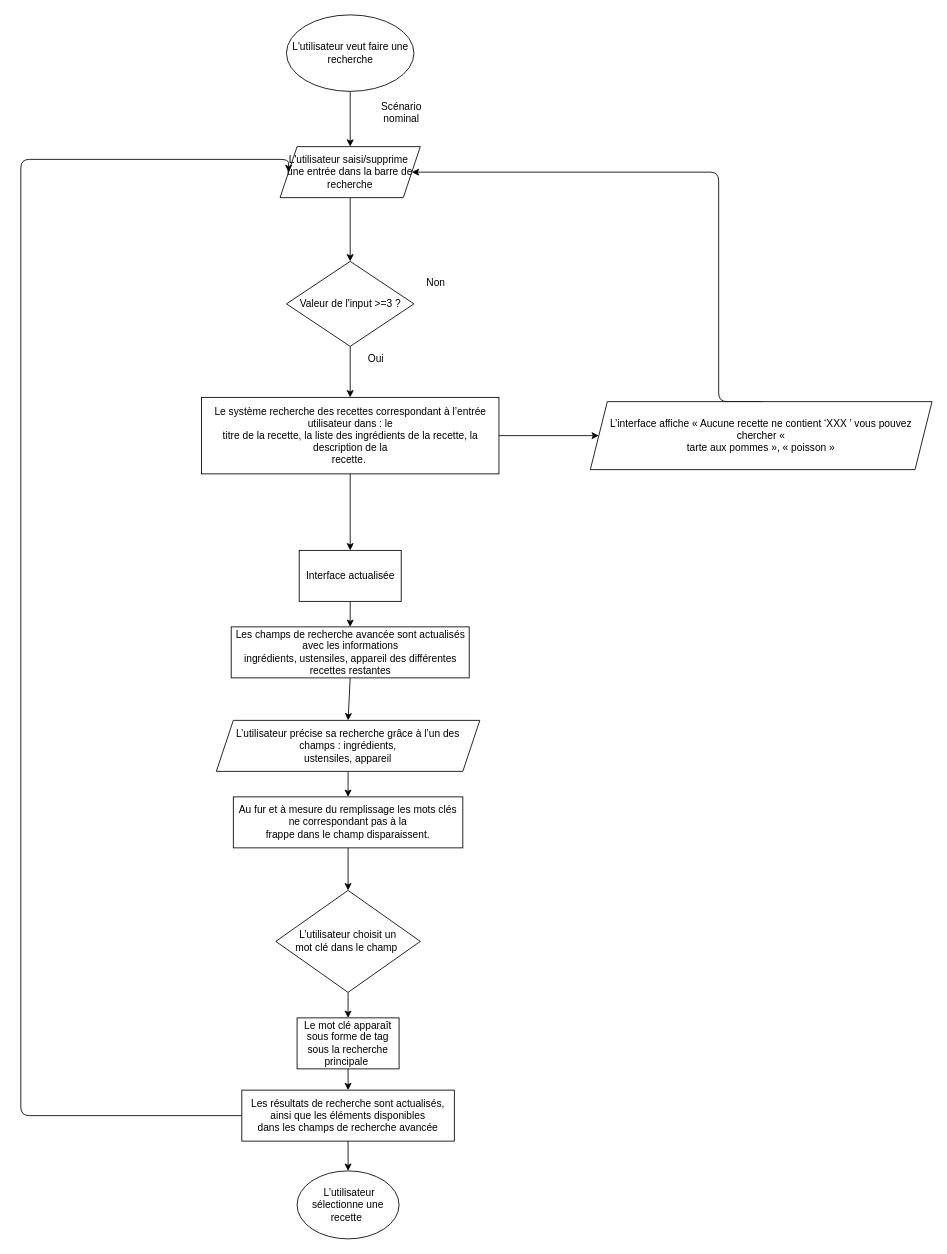
Before: algorigramme.drawio in GuillaumeDon/projet-7, a draw.io diagram. Source tidied: cells renumbered, new cells numbered last; positions are measured from the earlier drawing's top-left corner, leaving out a move shared by most shapes. Both pictures are drawn from the tidied source at 85%, with x=0, y=0 at pixel (20, 14).
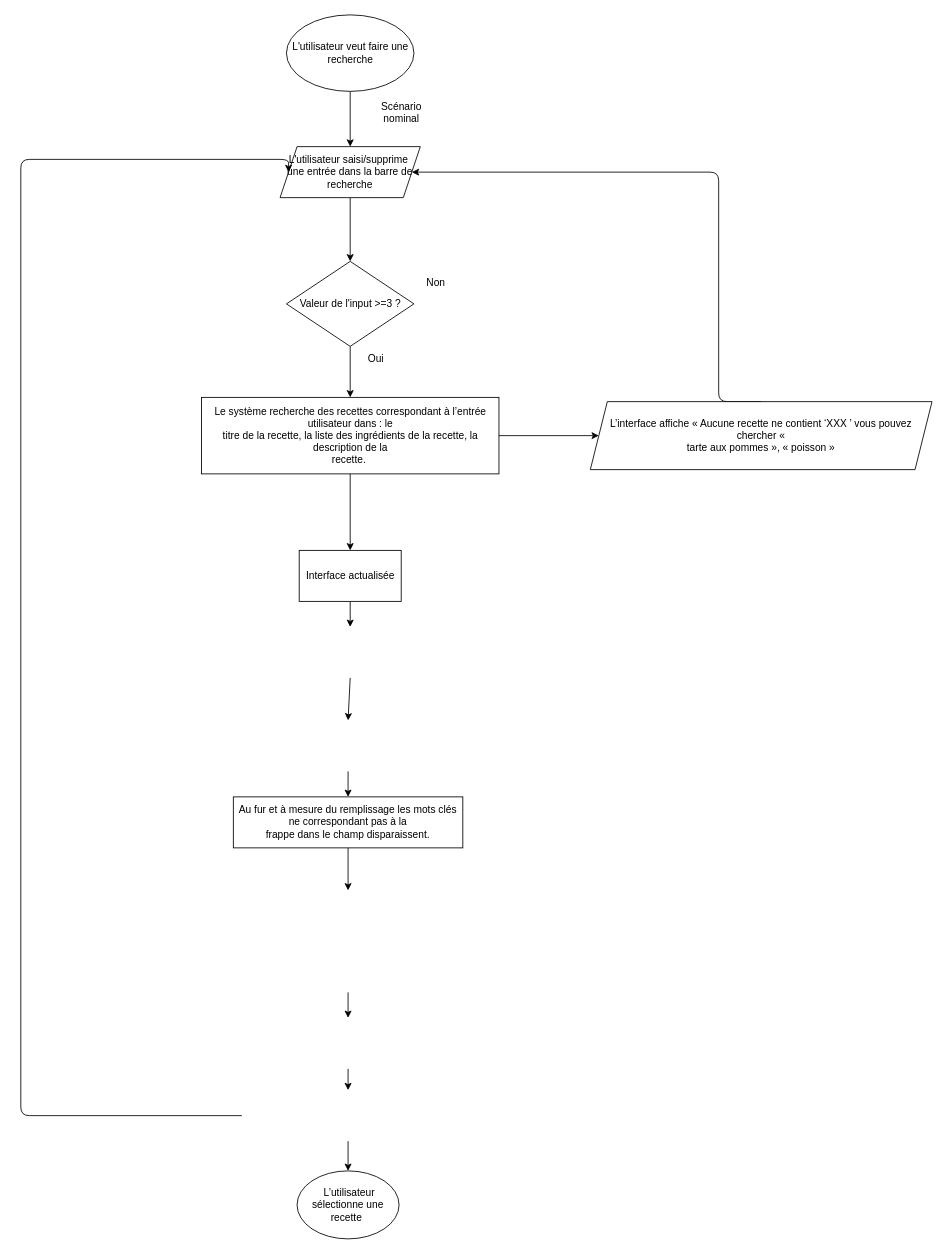
After the change.

The change refers to these unchanged cells:
```xml
<mxCell id="5" value="L'utilisateur saisi/supprime&amp;nbsp;&lt;br&gt;une entrée dans la barre de recherche" style="shape=parallelogram;perimeter=parallelogramPerimeter;whiteSpace=wrap;html=1;fixedSize=1;" parent="1" vertex="1">
  <mxGeometry x="305" y="155" width="165" height="60" as="geometry" />
</mxCell>
<mxCell id="16" value="Interface actualisée" style="rounded=0;whiteSpace=wrap;html=1;" parent="1" vertex="1">
  <mxGeometry x="327.5" y="630" width="120" height="60" as="geometry" />
</mxCell>
<mxCell id="22" value="Au fur et à mesure du remplissage les mots clés ne correspondant pas à la&lt;br&gt;frappe dans le champ disparaissent." style="rounded=0;whiteSpace=wrap;html=1;" parent="1" vertex="1">
  <mxGeometry x="250" y="920" width="270" height="60" as="geometry" />
</mxCell>
<mxCell id="30" value="&amp;nbsp;L’utilisateur sélectionne une recette&amp;nbsp;" style="ellipse;whiteSpace=wrap;html=1;" parent="1" vertex="1">
  <mxGeometry x="325" y="1360" width="120" height="80" as="geometry" />
</mxCell>
```

Change to the diagram source:
```diff
@@
-    <mxCell id="15" style="edgeStyle=none;html=1;exitX=0.5;exitY=1;exitDx=0;exitDy=0;entryX=0.5;entryY=0;entryDx=0;entryDy=0;" parent="1" edge="1" source="16" target="18">
-      <mxGeometry relative="1" as="geometry" />
+    <mxCell id="15" style="edgeStyle=none;html=1;exitX=0.5;exitY=1;exitDx=0;exitDy=0;entryX=0.5;entryY=0;entryDx=0;entryDy=0;" parent="1" edge="1" source="16">
+      <mxGeometry relative="1" as="geometry">
+        <mxPoint x="387.5" y="720" as="targetPoint" />
+      </mxGeometry>
     </mxCell>
@@
-    <mxCell id="17" style="edgeStyle=none;html=1;exitX=0.5;exitY=1;exitDx=0;exitDy=0;entryX=0.5;entryY=0;entryDx=0;entryDy=0;" parent="1" edge="1" source="18" target="20">
-      <mxGeometry relative="1" as="geometry" />
+    <mxCell id="17" style="edgeStyle=none;html=1;exitX=0.5;exitY=1;exitDx=0;exitDy=0;entryX=0.5;entryY=0;entryDx=0;entryDy=0;" parent="1" edge="1">
+      <mxGeometry relative="1" as="geometry">
+        <mxPoint x="387.5" y="780" as="sourcePoint" />
+        <mxPoint x="385" y="830" as="targetPoint" />
+      </mxGeometry>
     </mxCell>
-    <mxCell id="18" value="Les champs de recherche avancée sont actualisés avec les informations&lt;br/&gt;ingrédients, ustensiles, appareil des différentes recettes restantes" style="rounded=0;whiteSpace=wrap;html=1;" parent="1" vertex="1">
-      <mxGeometry x="247.5" y="720" width="280" height="60" as="geometry" />
-    </mxCell>
-    <mxCell id="19" style="edgeStyle=none;html=1;exitX=0.5;exitY=1;exitDx=0;exitDy=0;entryX=0.5;entryY=0;entryDx=0;entryDy=0;" parent="1" edge="1" source="20" target="22">
-      <mxGeometry relative="1" as="geometry" />
+    <mxCell id="19" style="edgeStyle=none;html=1;exitX=0.5;exitY=1;exitDx=0;exitDy=0;entryX=0.5;entryY=0;entryDx=0;entryDy=0;" parent="1" edge="1" target="22">
+      <mxGeometry relative="1" as="geometry">
+        <mxPoint x="385" y="890" as="sourcePoint" />
+      </mxGeometry>
     </mxCell>
-    <mxCell id="20" value="L’utilisateur précise sa recherche grâce à l’un des champs : ingrédients,&lt;br/&gt;ustensiles, appareil" style="shape=parallelogram;perimeter=parallelogramPerimeter;whiteSpace=wrap;html=1;fixedSize=1;" parent="1" vertex="1">
-      <mxGeometry x="230" y="830" width="310" height="60" as="geometry" />
-    </mxCell>
-    <mxCell id="21" style="edgeStyle=none;html=1;exitX=0.5;exitY=1;exitDx=0;exitDy=0;entryX=0.5;entryY=0;entryDx=0;entryDy=0;" parent="1" edge="1" source="22" target="24">
-      <mxGeometry relative="1" as="geometry" />
+    <mxCell id="21" style="edgeStyle=none;html=1;exitX=0.5;exitY=1;exitDx=0;exitDy=0;entryX=0.5;entryY=0;entryDx=0;entryDy=0;" parent="1" edge="1" source="22">
+      <mxGeometry relative="1" as="geometry">
+        <mxPoint x="385" y="1030" as="targetPoint" />
+      </mxGeometry>
     </mxCell>
@@
-    <mxCell id="23" style="edgeStyle=none;html=1;exitX=0.5;exitY=1;exitDx=0;exitDy=0;entryX=0.5;entryY=0;entryDx=0;entryDy=0;" parent="1" edge="1" source="24" target="26">
-      <mxGeometry relative="1" as="geometry" />
+    <mxCell id="23" style="edgeStyle=none;html=1;exitX=0.5;exitY=1;exitDx=0;exitDy=0;entryX=0.5;entryY=0;entryDx=0;entryDy=0;" parent="1" edge="1">
+      <mxGeometry relative="1" as="geometry">
+        <mxPoint x="385" y="1150" as="sourcePoint" />
+        <mxPoint x="385" y="1180" as="targetPoint" />
+      </mxGeometry>
     </mxCell>
-    <mxCell id="24" value="L’utilisateur choisit un &lt;br&gt;mot clé dans le champ&amp;nbsp;" style="rhombus;whiteSpace=wrap;html=1;" parent="1" vertex="1">
-      <mxGeometry x="300" y="1030" width="170" height="120" as="geometry" />
-    </mxCell>
-    <mxCell id="25" style="edgeStyle=none;html=1;" parent="1" edge="1" source="26" target="29">
-      <mxGeometry relative="1" as="geometry" />
+    <mxCell id="25" style="edgeStyle=none;html=1;" parent="1" edge="1">
+      <mxGeometry relative="1" as="geometry">
+        <mxPoint x="385" y="1240" as="sourcePoint" />
+        <mxPoint x="385" y="1265" as="targetPoint" />
+      </mxGeometry>
     </mxCell>
-    <mxCell id="26" value="Le mot clé apparaît sous forme de tag sous la recherche principale&amp;nbsp;" style="rounded=0;whiteSpace=wrap;html=1;" parent="1" vertex="1">
-      <mxGeometry x="325" y="1180" width="120" height="60" as="geometry" />
-    </mxCell>
-    <mxCell id="27" style="edgeStyle=none;html=1;exitX=0.5;exitY=1;exitDx=0;exitDy=0;entryX=0.5;entryY=0;entryDx=0;entryDy=0;" parent="1" edge="1" source="29" target="30">
-      <mxGeometry relative="1" as="geometry" />
+    <mxCell id="27" style="edgeStyle=none;html=1;exitX=0.5;exitY=1;exitDx=0;exitDy=0;entryX=0.5;entryY=0;entryDx=0;entryDy=0;" parent="1" edge="1" target="30">
+      <mxGeometry relative="1" as="geometry">
+        <mxPoint x="385" y="1325" as="sourcePoint" />
+      </mxGeometry>
     </mxCell>
-    <mxCell id="28" style="edgeStyle=orthogonalEdgeStyle;html=1;exitX=0;exitY=0.5;exitDx=0;exitDy=0;entryX=0;entryY=0.5;entryDx=0;entryDy=0;" parent="1" edge="1" source="29" target="5">
+    <mxCell id="28" style="edgeStyle=orthogonalEdgeStyle;html=1;exitX=0;exitY=0.5;exitDx=0;exitDy=0;entryX=0;entryY=0.5;entryDx=0;entryDy=0;" parent="1" edge="1" target="5">
       <mxGeometry relative="1" as="geometry">
+        <mxPoint x="260" y="1295" as="sourcePoint" />
         <Array as="points">
           <mxPoint y="1295" />
           <mxPoint y="170" />
           <mxPoint x="315" y="170" />
         </Array>
       </mxGeometry>
     </mxCell>
-    <mxCell id="29" value="Les résultats de recherche sont actualisés, ainsi que les éléments disponibles&lt;br/&gt;dans les champs de recherche avancée" style="rounded=0;whiteSpace=wrap;html=1;" parent="1" vertex="1">
-      <mxGeometry x="260" y="1265" width="250" height="60" as="geometry" />
-    </mxCell>
```
